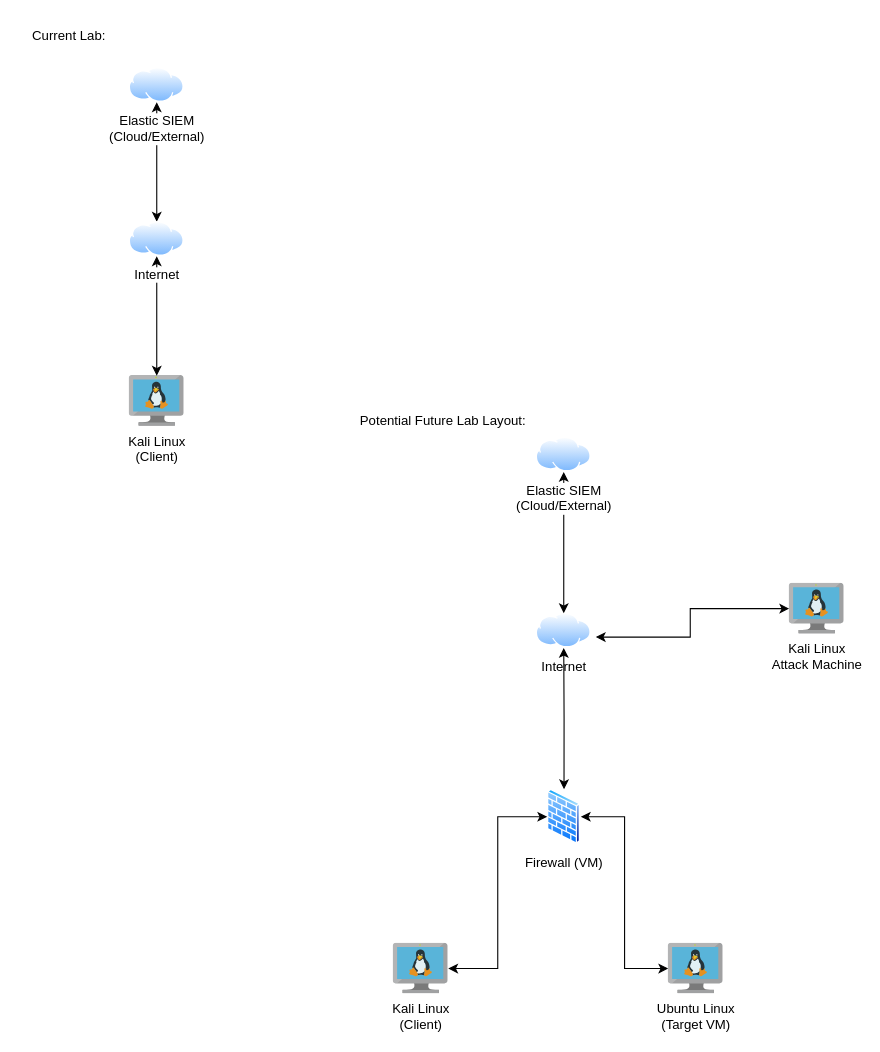
This is SOC home lab.drawio from cubanrice/cubanrice.github.io, a draw.io file, before an edit. Source tidied: cells renumbered, new cells numbered last; positions are measured from the earlier drawing's top-left corner, leaving out a move shared by most shapes. Both pictures are drawn from the tidied source at 110%, with x=0, y=0 at pixel (19, 19).
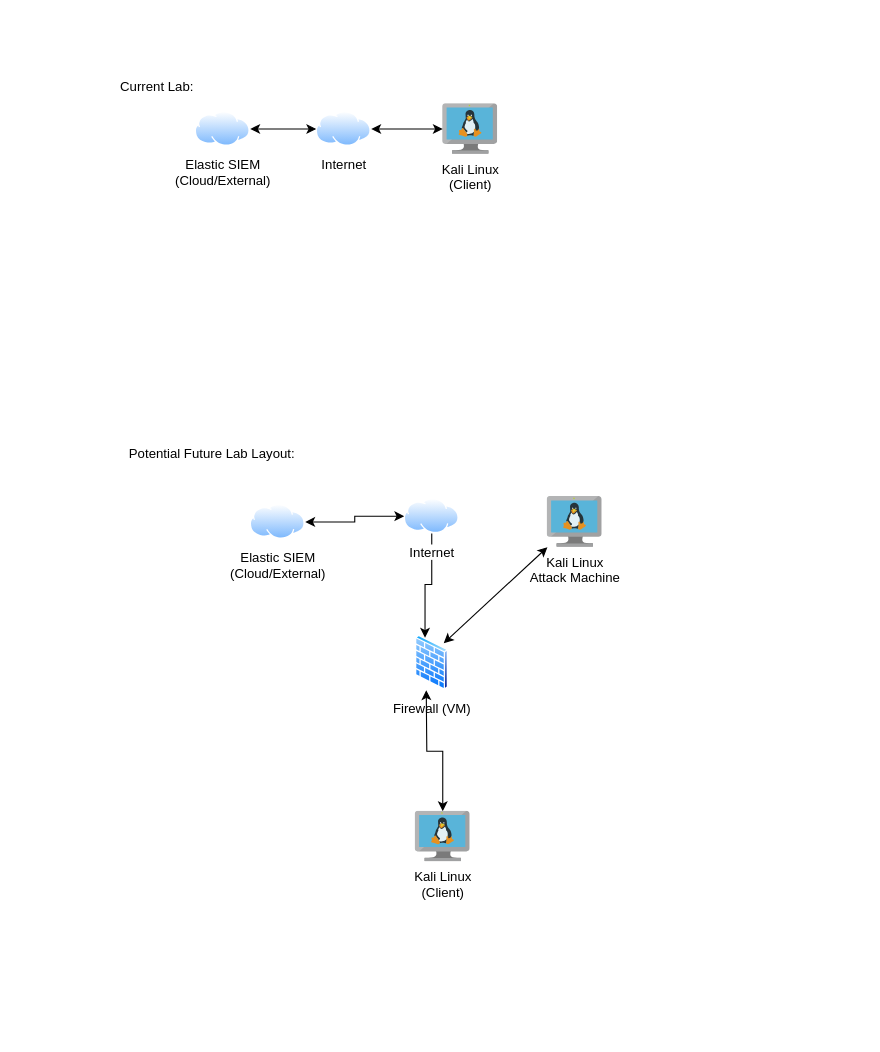
The same page after the edit.

What changed in the source:
```diff
@@
 <mxGraphModel>
   <root>
     <mxCell id="0" />
     <mxCell id="1" parent="0" />
-    <mxCell id="2" value="Internet" style="image;perimeter=ellipsePerimeter;html=1;align=center;shadow=0;dashed=0;spacingTop=3;image=img/lib/active_directory/internet_cloud.svg;" parent="1" vertex="1">
-      <mxGeometry x="470" y="540" width="50" height="31.5" as="geometry" />
-    </mxCell>
-    <mxCell id="3" style="edgeStyle=orthogonalEdgeStyle;rounded=0;jettySize=auto;html=1;startArrow=classic;startFill=1;" parent="1" edge="1" source="4" target="2">
-      <mxGeometry relative="1" as="geometry" />
-    </mxCell>
     <mxCell id="4" value="Firewall (VM)" style="image;perimeter=ellipsePerimeter;html=1;align=center;shadow=0;dashed=0;spacingTop=3;image=img/lib/active_directory/firewall.svg;" parent="1" vertex="1">
-      <mxGeometry x="480" y="700" width="30.5" height="50" as="geometry" />
+      <mxGeometry x="360" y="560" width="30.5" height="50" as="geometry" />
     </mxCell>
-    <mxCell id="5" style="edgeStyle=orthogonalEdgeStyle;rounded=0;jettySize=auto;html=1;entryX=0;entryY=0.5;entryDx=0;entryDy=0;startArrow=classic;startFill=1;" parent="1" edge="1" source="6" target="4">
-      <mxGeometry relative="1" as="geometry" />
+    <mxCell id="5" style="edgeStyle=orthogonalEdgeStyle;rounded=0;jettySize=auto;html=1;startArrow=classic;startFill=1;" parent="1" edge="1" source="6">
+      <mxGeometry relative="1" as="geometry">
+        <mxPoint x="370" y="610" as="targetPoint" />
+      </mxGeometry>
     </mxCell>
     <mxCell id="6" value="Kali Linux&lt;div&gt;(Client)&lt;/div&gt;" style="image;sketch=0;html=1;points=[];align=center;fontSize=12;image=img/lib/mscae/VM_Linux.svg;" parent="1" vertex="1">
-      <mxGeometry x="340" y="840" width="50" height="46" as="geometry" />
+      <mxGeometry x="360" y="720" width="50" height="46" as="geometry" />
     </mxCell>
-    <mxCell id="7" style="edgeStyle=orthogonalEdgeStyle;rounded=0;jettySize=auto;html=1;entryX=1;entryY=0.5;entryDx=0;entryDy=0;startArrow=classic;startFill=1;" parent="1" edge="1" source="8" target="4">
-      <mxGeometry relative="1" as="geometry" />
-    </mxCell>
-    <mxCell id="8" value="Ubuntu Linux&lt;div&gt;(Target VM)&lt;/div&gt;" style="image;sketch=0;html=1;points=[];align=center;fontSize=12;image=img/lib/mscae/VM_Linux.svg;" parent="1" vertex="1">
-      <mxGeometry x="590" y="840" width="50" height="46" as="geometry" />
-    </mxCell>
     <mxCell id="9" value="Kali Linux&lt;div&gt;Attack Machine&lt;/div&gt;" style="image;sketch=0;html=1;points=[];align=center;fontSize=12;image=img/lib/mscae/VM_Linux.svg;" parent="1" vertex="1">
-      <mxGeometry x="700" y="512.8" width="50" height="46" as="geometry" />
+      <mxGeometry x="480" y="434" width="50" height="46" as="geometry" />
     </mxCell>
-    <mxCell id="10" style="edgeStyle=orthogonalEdgeStyle;rounded=0;jettySize=auto;html=1;entryX=0.5;entryY=0;entryDx=0;entryDy=0;startArrow=classic;startFill=1;" parent="1" edge="1" source="11" target="2">
-      <mxGeometry relative="1" as="geometry" />
-    </mxCell>
+    <mxCell id="20" style="edgeStyle=orthogonalEdgeStyle;rounded=0;jettySize=auto;html=1;entryX=0;entryY=0.5;entryDx=0;entryDy=0;startArrow=classic;startFill=1;" parent="1" edge="1" source="11" target="22">
+      <mxGeometry relative="1" as="geometry" />
+    </mxCell>
     <mxCell id="11" value="Elastic SIEM&lt;div&gt;(Cloud/External)&lt;/div&gt;" style="image;perimeter=ellipsePerimeter;html=1;align=center;shadow=0;dashed=0;spacingTop=3;image=img/lib/active_directory/internet_cloud.svg;" parent="1" vertex="1">
-      <mxGeometry x="470" y="380" width="50" height="31.5" as="geometry" />
+      <mxGeometry x="210" y="441.2" width="50" height="31.5" as="geometry" />
     </mxCell>
-    <mxCell id="12" style="edgeStyle=orthogonalEdgeStyle;rounded=0;jettySize=auto;html=1;entryX=1.083;entryY=0.688;entryDx=0;entryDy=0;entryPerimeter=0;startArrow=classic;startFill=1;" parent="1" edge="1" source="9" target="2">
+    <mxCell id="12" style="rounded=0;jettySize=auto;html=1;entryX=1;entryY=0;entryDx=0;entryDy=0;startArrow=classic;startFill=1;" parent="1" edge="1" source="9" target="4">
       <mxGeometry relative="1" as="geometry" />
     </mxCell>
     <mxCell id="13" value="Kali Linux&lt;div&gt;(Client)&lt;/div&gt;" style="image;sketch=0;html=1;points=[];align=center;fontSize=12;image=img/lib/mscae/VM_Linux.svg;" parent="1" vertex="1">
-      <mxGeometry x="100" y="324" width="50" height="46" as="geometry" />
+      <mxGeometry x="385" y="76.8" width="50" height="46" as="geometry" />
     </mxCell>
-    <mxCell id="14" style="edgeStyle=orthogonalEdgeStyle;rounded=0;jettySize=auto;html=1;startArrow=classic;startFill=1;" parent="1" edge="1" source="16" target="17">
+    <mxCell id="14" style="edgeStyle=orthogonalEdgeStyle;rounded=0;jettySize=auto;html=1;startArrow=classic;startFill=1;" parent="1" edge="1" source="24" target="17">
       <mxGeometry relative="1" as="geometry" />
     </mxCell>
-    <mxCell id="15" style="edgeStyle=orthogonalEdgeStyle;rounded=0;jettySize=auto;html=1;startArrow=classic;startFill=1;" parent="1" edge="1" source="16" target="13">
-      <mxGeometry relative="1" as="geometry" />
-    </mxCell>
-    <mxCell id="16" value="Internet" style="image;perimeter=ellipsePerimeter;html=1;align=center;shadow=0;dashed=0;spacingTop=3;image=img/lib/active_directory/internet_cloud.svg;" parent="1" vertex="1">
-      <mxGeometry x="100" y="184" width="50" height="31.5" as="geometry" />
-    </mxCell>
     <mxCell id="17" value="Elastic SIEM&lt;div&gt;(Cloud/External)&lt;/div&gt;" style="image;perimeter=ellipsePerimeter;html=1;align=center;shadow=0;dashed=0;spacingTop=3;image=img/lib/active_directory/internet_cloud.svg;" parent="1" vertex="1">
-      <mxGeometry x="100" y="44" width="50" height="31.5" as="geometry" />
+      <mxGeometry x="160" y="84" width="50" height="31.5" as="geometry" />
     </mxCell>
     <mxCell id="18" value="Current Lab:" style="text;html=1;align=center;verticalAlign=middle;strokeColor=none;fillColor=none;" parent="1" vertex="1">
-      <mxGeometry width="90" height="30" as="geometry" />
+      <mxGeometry x="80" y="46.8" width="90" height="30" as="geometry" />
     </mxCell>
     <mxCell id="19" value="Potential Future Lab Layout:" style="text;html=1;align=center;verticalAlign=middle;strokeColor=none;fillColor=none;" parent="1" vertex="1">
-      <mxGeometry x="300" y="350" width="170" height="30" as="geometry" />
+      <mxGeometry x="90" y="380" width="170" height="30" as="geometry" />
     </mxCell>
+    <mxCell id="21" style="edgeStyle=orthogonalEdgeStyle;rounded=0;jettySize=auto;html=1;entryX=0.25;entryY=0;entryDx=0;entryDy=0;" parent="1" edge="1" source="22" target="4">
+      <mxGeometry relative="1" as="geometry" />
+    </mxCell>
+    <mxCell id="22" value="Internet" style="image;perimeter=ellipsePerimeter;html=1;align=center;shadow=0;dashed=0;spacingTop=3;image=img/lib/active_directory/internet_cloud.svg;" parent="1" vertex="1">
+      <mxGeometry x="350" y="436" width="50" height="31.5" as="geometry" />
+    </mxCell>
+    <mxCell id="23" style="edgeStyle=orthogonalEdgeStyle;rounded=0;jettySize=auto;html=1;startArrow=classic;startFill=1;" parent="1" edge="1" source="13" target="24">
+      <mxGeometry relative="1" as="geometry" />
+    </mxCell>
+    <mxCell id="24" value="Internet" style="image;perimeter=ellipsePerimeter;html=1;align=center;shadow=0;dashed=0;spacingTop=3;image=img/lib/active_directory/internet_cloud.svg;" parent="1" vertex="1">
+      <mxGeometry x="270" y="84" width="50" height="31.5" as="geometry" />
+    </mxCell>
   </root>
 </mxGraphModel>
```
